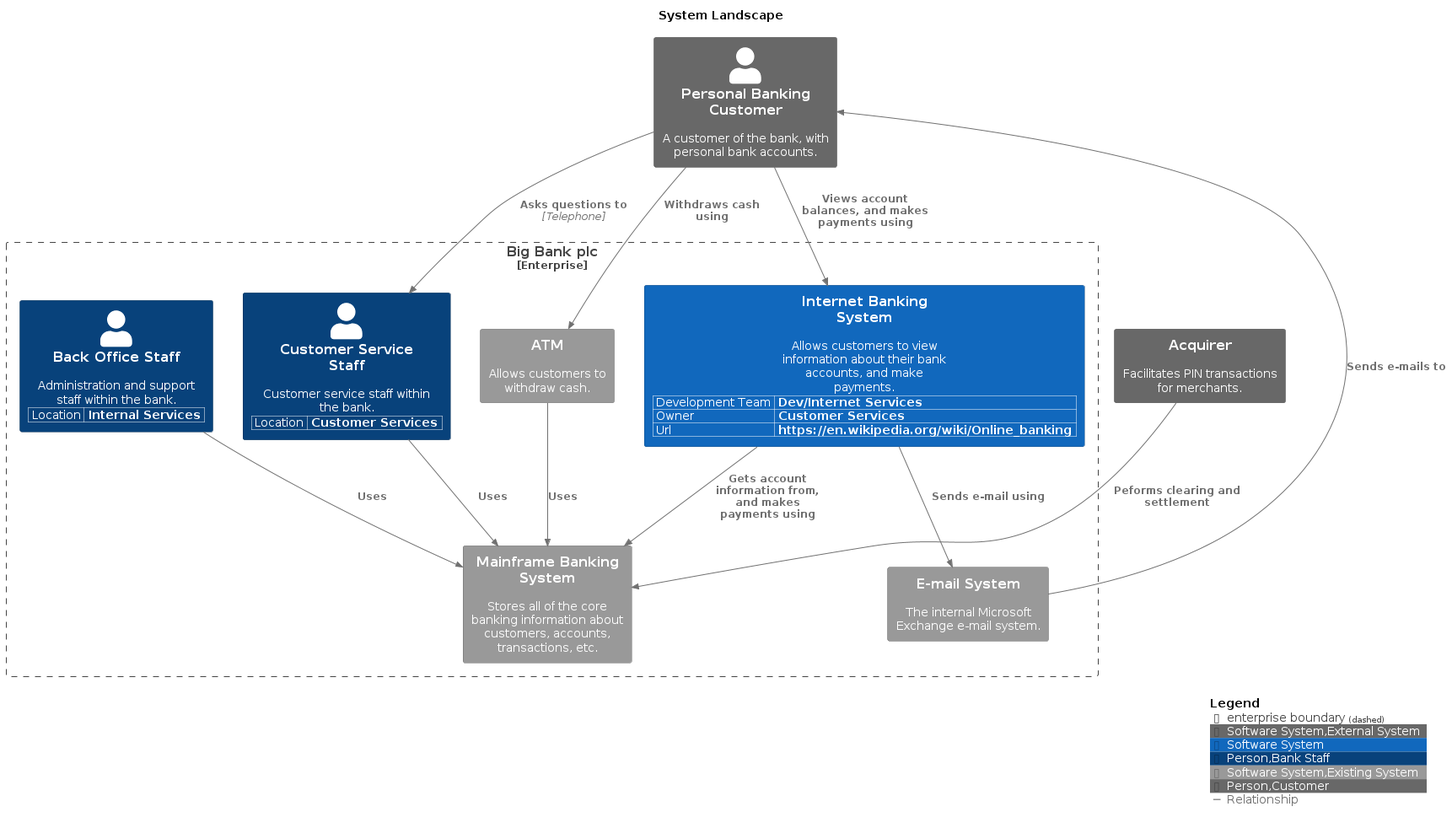
This is main/png/SystemLandscape.png from avisi-cloud/structurizr-site-generatr, a PlantUML export, as it was before one commit.
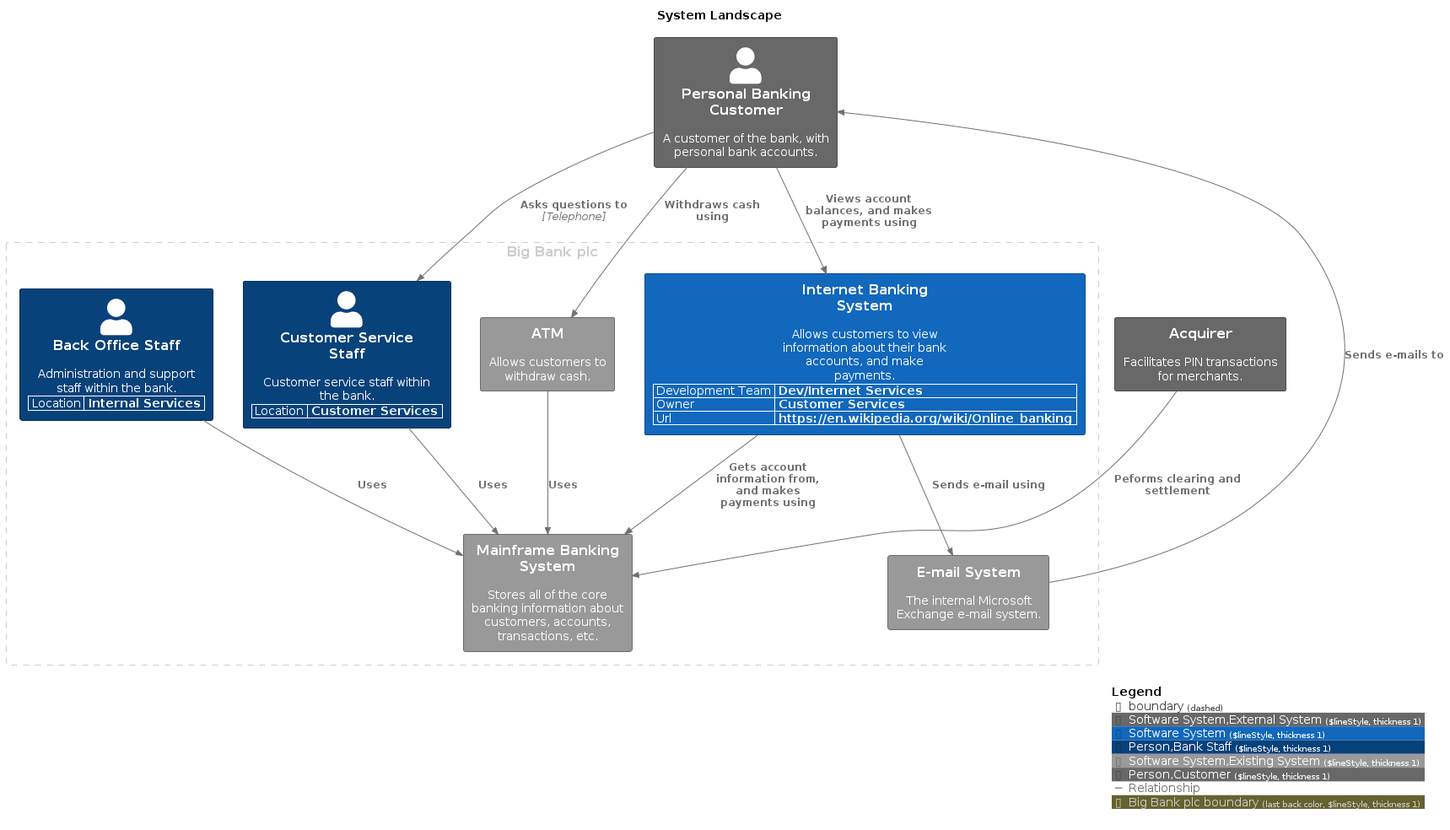
Later version of the same file.

The edit, as a diff of the source:
```diff
@@ -7,15 +7,16 @@
 !include <C4/C4>
 !include <C4/C4_Context>
 
-AddElementTag("Software System,External System", $bgColor="#686868", $borderColor="#484848", $fontColor="#ffffff", $sprite="", $shadowing="")
-AddElementTag("Software System", $bgColor="#1168bd", $borderColor="#0b4884", $fontColor="#ffffff", $sprite="", $shadowing="")
-AddElementTag("Person,Bank Staff", $bgColor="#08427b", $borderColor="#052e56", $fontColor="#ffffff", $sprite="", $shadowing="")
-AddElementTag("Software System,Existing System", $bgColor="#999999", $borderColor="#6b6b6b", $fontColor="#ffffff", $sprite="", $shadowing="")
-AddElementTag("Person,Customer", $bgColor="#686868", $borderColor="#484848", $fontColor="#ffffff", $sprite="", $shadowing="")
+AddElementTag("Software System,External System", $bgColor="#686868", $borderColor="#484848", $fontColor="#ffffff", $sprite="", $shadowing="", $borderStyle="Solid", $borderThickness="1")
+AddElementTag("Software System", $bgColor="#1168bd", $borderColor="#0b4884", $fontColor="#ffffff", $sprite="", $shadowing="", $borderStyle="Solid", $borderThickness="1")
+AddElementTag("Person,Bank Staff", $bgColor="#08427b", $borderColor="#052e56", $fontColor="#ffffff", $sprite="", $shadowing="", $borderStyle="Solid", $borderThickness="1")
+AddElementTag("Software System,Existing System", $bgColor="#999999", $borderColor="#6b6b6b", $fontColor="#ffffff", $sprite="", $shadowing="", $borderStyle="Solid", $borderThickness="1")
+AddElementTag("Person,Customer", $bgColor="#686868", $borderColor="#484848", $fontColor="#ffffff", $sprite="", $shadowing="", $borderStyle="Solid", $borderThickness="1")
 
 AddRelTag("Relationship", $textColor="#707070", $lineColor="#707070", $lineStyle = "")
 
-Enterprise_Boundary(enterprise, "Big Bank plc") {
+AddBoundaryTag("Big Bank plc", $borderColor="#cccccc", $fontColor="#cccccc", $borderStyle="Dashed", $borderThickness="1")
+Boundary(group_1, "Big Bank plc", $tags="Big Bank plc") {
   WithoutPropertyHeader()
   AddProperty("Location","Customer Services")
   Person(CustomerServiceStaff, "Customer Service Staff", $descr="Customer service staff within the bank.", $tags="Person,Bank Staff", $link="")
@@ -32,19 +33,19 @@
   System(InternetBankingSystem, "Internet Banking System", $descr="Allows customers to view information about their bank accounts, and make payments.", $tags="Software System", $link="")
 }
 
-Person_Ext(PersonalBankingCustomer, "Personal Banking Customer", $descr="A customer of the bank, with personal bank accounts.", $tags="Person,Customer", $link="")
-System_Ext(Acquirer, "Acquirer", $descr="Facilitates PIN transactions for merchants.", $tags="Software System,External System", $link="")
+Person(PersonalBankingCustomer, "Personal Banking Customer", $descr="A customer of the bank, with personal bank accounts.", $tags="Person,Customer", $link="")
+System(Acquirer, "Acquirer", $descr="Facilitates PIN transactions for merchants.", $tags="Software System,External System", $link="")
 
-Rel_D(PersonalBankingCustomer, InternetBankingSystem, "Views account balances, and makes payments using", $techn="", $tags="Relationship", $link="")
-Rel_D(InternetBankingSystem, MainframeBankingSystem, "Gets account information from, and makes payments using", $techn="", $tags="Relationship", $link="")
-Rel_D(InternetBankingSystem, EmailSystem, "Sends e-mail using", $techn="", $tags="Relationship", $link="")
-Rel_D(EmailSystem, PersonalBankingCustomer, "Sends e-mails to", $techn="", $tags="Relationship", $link="")
-Rel_D(PersonalBankingCustomer, CustomerServiceStaff, "Asks questions to", $techn="Telephone", $tags="Relationship", $link="")
-Rel_D(CustomerServiceStaff, MainframeBankingSystem, "Uses", $techn="", $tags="Relationship", $link="")
-Rel_D(PersonalBankingCustomer, ATM, "Withdraws cash using", $techn="", $tags="Relationship", $link="")
-Rel_D(ATM, MainframeBankingSystem, "Uses", $techn="", $tags="Relationship", $link="")
-Rel_D(BackOfficeStaff, MainframeBankingSystem, "Uses", $techn="", $tags="Relationship", $link="")
-Rel_D(Acquirer, MainframeBankingSystem, "Peforms clearing and settlement", $techn="", $tags="Relationship", $link="")
+Rel(PersonalBankingCustomer, InternetBankingSystem, "Views account balances, and makes payments using", $techn="", $tags="Relationship", $link="")
+Rel(InternetBankingSystem, MainframeBankingSystem, "Gets account information from, and makes payments using", $techn="", $tags="Relationship", $link="")
+Rel(InternetBankingSystem, EmailSystem, "Sends e-mail using", $techn="", $tags="Relationship", $link="")
+Rel(EmailSystem, PersonalBankingCustomer, "Sends e-mails to", $techn="", $tags="Relationship", $link="")
+Rel(PersonalBankingCustomer, CustomerServiceStaff, "Asks questions to", $techn="Telephone", $tags="Relationship", $link="")
+Rel(CustomerServiceStaff, MainframeBankingSystem, "Uses", $techn="", $tags="Relationship", $link="")
+Rel(PersonalBankingCustomer, ATM, "Withdraws cash using", $techn="", $tags="Relationship", $link="")
+Rel(ATM, MainframeBankingSystem, "Uses", $techn="", $tags="Relationship", $link="")
+Rel(BackOfficeStaff, MainframeBankingSystem, "Uses", $techn="", $tags="Relationship", $link="")
+Rel(Acquirer, MainframeBankingSystem, "Peforms clearing and settlement", $techn="", $tags="Relationship", $link="")
 
 SHOW_LEGEND(true)
 @enduml
```
